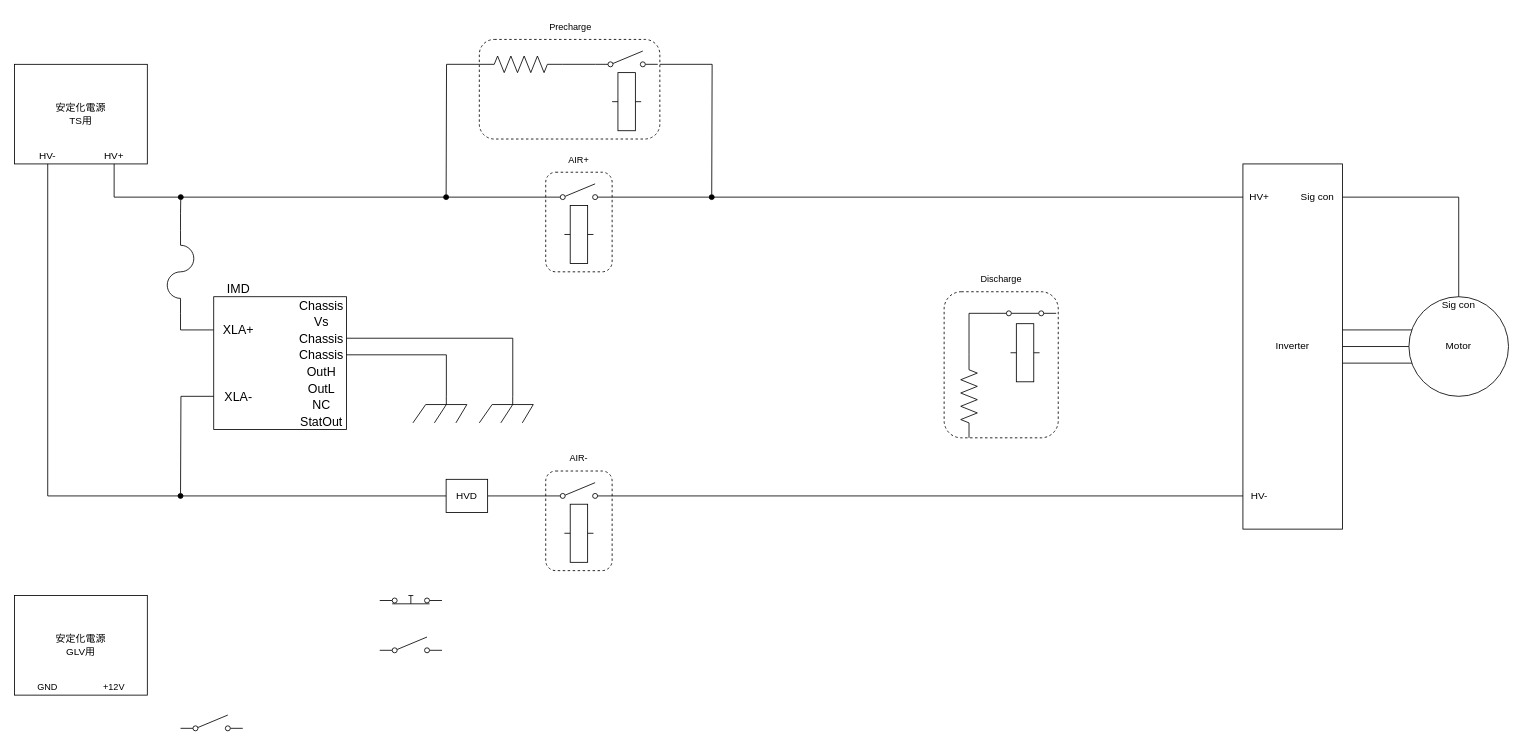
Before: page "InverterTestCircuit" (6 of 6) of EVCircuit.drawio in ST04-tkmr/drawio_Schematics, a draw.io diagram. Source tidied: cells renumbered, new cells numbered last; positions are measured from the earlier drawing's top-left corner, leaving out a move shared by most shapes. Both pictures are drawn from the tidied source at 83%, with x=0, y=0 at pixel (14, 14).
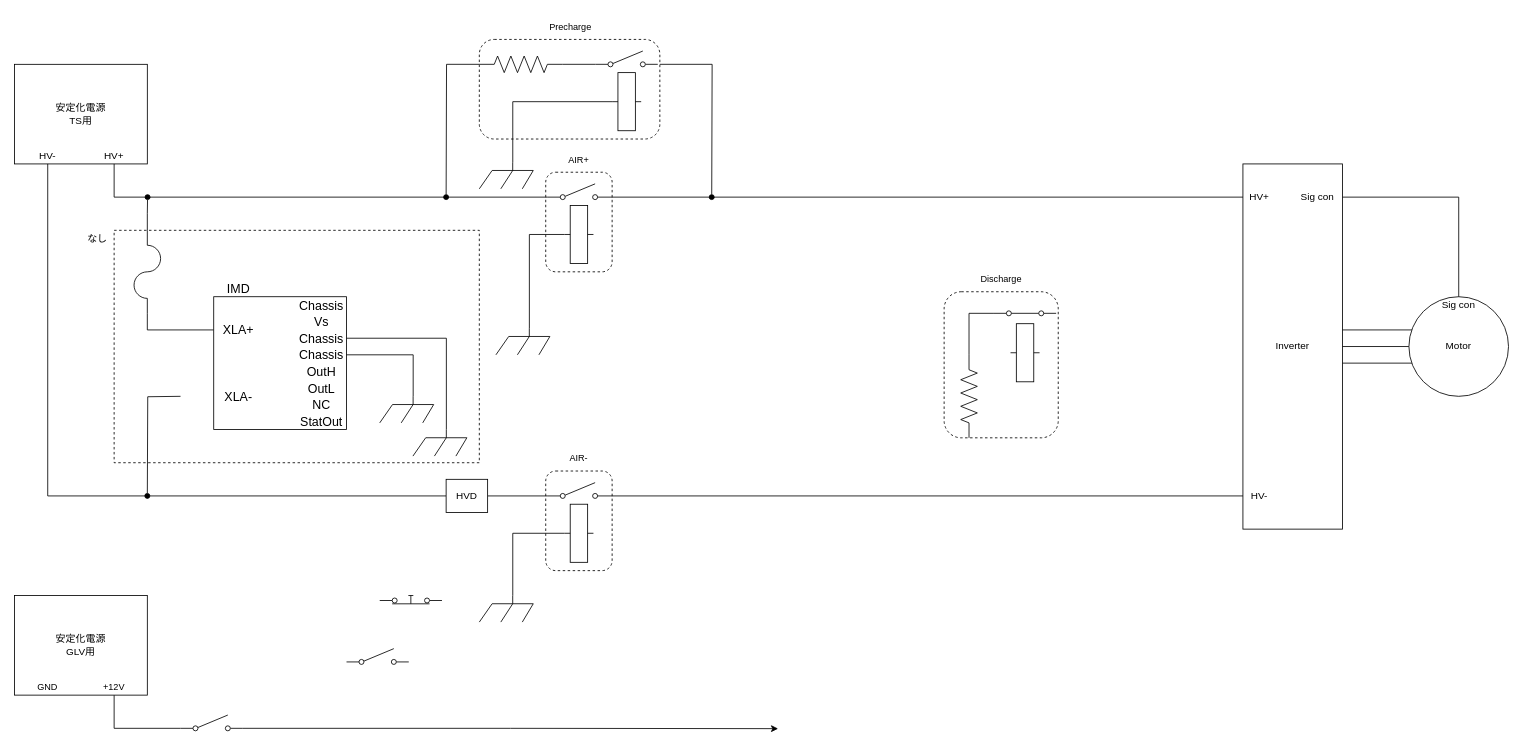
After the change.

Unchanged cells that the change refers to:
```xml
<mxCell id="20" style="verticalLabelPosition=bottom;shadow=0;dashed=0;align=center;html=1;verticalAlign=top;shape=mxgraph.electrical.electro-mechanical.relay_coil;direction=south;" parent="17" vertex="1">
  <mxGeometry x="22.5" y="70" width="35" height="70" as="geometry" />
</mxCell>
<mxCell id="27" value="安定化電源&lt;br&gt;GLV用" style="rounded=0;whiteSpace=wrap;html=1;" parent="1" vertex="1">
  <mxGeometry y="700" width="160" height="120" as="geometry" />
</mxCell>
<mxCell id="31" style="verticalLabelPosition=bottom;shadow=0;dashed=0;align=center;html=1;verticalAlign=top;shape=mxgraph.electrical.electro-mechanical.relay_coil;direction=south;" parent="28" vertex="1">
  <mxGeometry x="22.5" y="70" width="35" height="70" as="geometry" />
</mxCell>
<mxCell id="38" style="verticalLabelPosition=bottom;shadow=0;dashed=0;align=center;html=1;verticalAlign=top;shape=mxgraph.electrical.electro-mechanical.relay_coil;direction=south;" parent="33" vertex="1">
  <mxGeometry x="160" y="70" width="35" height="70" as="geometry" />
</mxCell>
<mxCell id="49" style="group;" parent="1" vertex="1">
  <mxGeometry x="240" y="320" width="160" height="180" as="geometry" />
</mxCell>
<mxCell id="53" value="XLA-" style="text;strokeColor=none;align=center;fillColor=none;html=1;verticalAlign=middle;whiteSpace=wrap;rounded=0;fontSize=15;fontFamily=Helvetica;fontColor=default;" parent="49" vertex="1">
  <mxGeometry y="130" width="60" height="20" as="geometry" />
</mxCell>
<mxCell id="57" value="Chassis" style="text;strokeColor=none;align=center;fillColor=none;html=1;verticalAlign=middle;whiteSpace=wrap;rounded=0;fontSize=15;fontFamily=Helvetica;fontColor=default;" parent="49" vertex="1">
  <mxGeometry x="100" y="60" width="60" height="20" as="geometry" />
</mxCell>
<mxCell id="58" value="Chassis" style="text;strokeColor=none;align=center;fillColor=none;html=1;verticalAlign=middle;whiteSpace=wrap;rounded=0;fontSize=15;fontFamily=Helvetica;fontColor=default;" parent="49" vertex="1">
  <mxGeometry x="100" y="80" width="60" height="20" as="geometry" />
</mxCell>
<mxCell id="72" style="html=1;shape=mxgraph.electrical.electro-mechanical.singleSwitch;elSwitchState=off;" parent="1" vertex="1">
  <mxGeometry x="200" y="844" width="75" height="20" as="geometry" />
</mxCell>
```

Change to the diagram source:
```diff
@@
+    <mxCell id="74" style="rounded=0;whiteSpace=wrap;html=1;dashed=1;fillColor=none;" parent="1" vertex="1">
+      <mxGeometry x="120" y="260" width="440" height="280" as="geometry" />
+    </mxCell>
@@
     <mxCell id="25" style="edgeStyle=orthogonalEdgeStyle;shape=connector;rounded=0;jettySize=auto;html=1;exitX=0;exitY=0.5;exitDx=0;exitDy=0;exitPerimeter=0;labelBackgroundColor=default;strokeColor=default;fontFamily=Helvetica;fontSize=11;fontColor=default;endArrow=oval;endFill=1;" parent="1" edge="1" source="26">
       <mxGeometry relative="1" as="geometry">
-        <mxPoint x="200.3" y="220" as="targetPoint" />
+        <mxPoint x="160.3" y="220" as="targetPoint" />
       </mxGeometry>
     </mxCell>
     <mxCell id="26" style="verticalLabelPosition=bottom;shadow=0;dashed=0;align=center;html=1;verticalAlign=top;shape=mxgraph.electrical.miscellaneous.fuse_4;direction=south;" parent="1" vertex="1">
-      <mxGeometry x="184" y="260" width="32" height="100" as="geometry" />
+      <mxGeometry x="144" y="260" width="32" height="100" as="geometry" />
     </mxCell>
+    <mxCell id="75" style="edgeStyle=orthogonalEdgeStyle;rounded=0;jettySize=auto;html=1;exitX=0.75;exitY=1;exitDx=0;exitDy=0;entryX=0;entryY=0.8;entryDx=0;entryDy=0;endArrow=none;endFill=0;" parent="1" edge="1" source="27" target="72">
+      <mxGeometry relative="1" as="geometry" />
+    </mxCell>
@@
-    <mxCell id="52" style="edgeStyle=orthogonalEdgeStyle;shape=connector;rounded=0;jettySize=auto;html=1;exitX=0;exitY=0.5;exitDx=0;exitDy=0;labelBackgroundColor=default;strokeColor=default;fontFamily=Helvetica;fontSize=11;fontColor=default;endArrow=oval;endFill=1;" parent="49" edge="1" source="53">
+    <mxCell id="52" style="edgeStyle=orthogonalEdgeStyle;shape=connector;rounded=0;orthogonalLoop=1;jettySize=auto;html=1;exitX=0;exitY=0.5;exitDx=0;exitDy=0;labelBackgroundColor=default;strokeColor=default;fontFamily=Helvetica;fontSize=11;fontColor=default;endArrow=oval;endFill=1;" parent="49" edge="1">
       <mxGeometry relative="1" as="geometry">
-        <mxPoint x="-40" y="260" as="targetPoint" />
+        <mxPoint x="-40" y="140" as="sourcePoint" />
+        <mxPoint x="-80" y="260" as="targetPoint" />
       </mxGeometry>
     </mxCell>
@@
     <mxCell id="67" style="verticalLabelPosition=bottom;shadow=0;dashed=0;align=center;html=1;verticalAlign=top;shape=mxgraph.electrical.miscellaneous.chassis;fontFamily=Helvetica;fontSize=11;fontColor=default;" parent="1" vertex="1">
-      <mxGeometry x="560" y="460" width="65" height="32" as="geometry" />
+      <mxGeometry x="480" y="500" width="65" height="32" as="geometry" />
     </mxCell>
     <mxCell id="68" style="verticalLabelPosition=bottom;shadow=0;dashed=0;align=center;html=1;verticalAlign=top;shape=mxgraph.electrical.miscellaneous.chassis;fontFamily=Helvetica;fontSize=11;fontColor=default;" parent="1" vertex="1">
-      <mxGeometry x="480" y="460" width="65" height="32" as="geometry" />
+      <mxGeometry x="440" y="460" width="65" height="32" as="geometry" />
     </mxCell>
     <mxCell id="69" style="edgeStyle=orthogonalEdgeStyle;shape=connector;rounded=0;jettySize=auto;html=1;exitX=1;exitY=0.5;exitDx=0;exitDy=0;entryX=0.62;entryY=0;entryDx=0;entryDy=0;entryPerimeter=0;labelBackgroundColor=default;strokeColor=default;fontFamily=Helvetica;fontSize=11;fontColor=default;endArrow=none;endFill=0;" parent="1" edge="1" source="57" target="67">
-      <mxGeometry relative="1" as="geometry" />
+      <mxGeometry relative="1" as="geometry">
+        <Array as="points">
+          <mxPoint x="520" y="390" />
+          <mxPoint x="520" y="500" />
+        </Array>
+      </mxGeometry>
     </mxCell>
     <mxCell id="70" style="edgeStyle=orthogonalEdgeStyle;shape=connector;rounded=0;jettySize=auto;html=1;exitX=1;exitY=0.5;exitDx=0;exitDy=0;entryX=0.62;entryY=0;entryDx=0;entryDy=0;entryPerimeter=0;labelBackgroundColor=default;strokeColor=default;fontFamily=Helvetica;fontSize=11;fontColor=default;endArrow=none;endFill=0;" parent="1" edge="1" source="58" target="68">
-      <mxGeometry relative="1" as="geometry" />
+      <mxGeometry relative="1" as="geometry">
+        <Array as="points">
+          <mxPoint x="480" y="410" />
+          <mxPoint x="480" y="460" />
+        </Array>
+      </mxGeometry>
     </mxCell>
@@
+    <mxCell id="76" style="edgeStyle=orthogonalEdgeStyle;rounded=0;jettySize=auto;html=1;exitX=1;exitY=0.8;exitDx=0;exitDy=0;" parent="1" edge="1" source="72">
+      <mxGeometry relative="1" as="geometry">
+        <mxPoint x="920" y="860.4" as="targetPoint" />
+      </mxGeometry>
+    </mxCell>
@@
     <mxCell id="73" style="html=1;shape=mxgraph.electrical.electro-mechanical.singleSwitch;elSwitchState=off;" parent="1" vertex="1">
-      <mxGeometry x="440" y="750" width="75" height="20" as="geometry" />
+      <mxGeometry x="400" y="764" width="75" height="20" as="geometry" />
     </mxCell>
+    <mxCell id="77" value="なし" style="text;strokeColor=none;align=center;fillColor=none;html=1;verticalAlign=middle;whiteSpace=wrap;rounded=0;" parent="1" vertex="1">
+      <mxGeometry x="80" y="260" width="40" height="20" as="geometry" />
+    </mxCell>
+    <mxCell id="78" style="verticalLabelPosition=bottom;shadow=0;dashed=0;align=center;html=1;verticalAlign=top;shape=mxgraph.electrical.miscellaneous.chassis;fontFamily=Helvetica;fontSize=11;fontColor=default;" parent="1" vertex="1">
+      <mxGeometry x="580" y="378" width="65" height="32" as="geometry" />
+    </mxCell>
+    <mxCell id="79" style="edgeStyle=orthogonalEdgeStyle;rounded=0;jettySize=auto;html=1;exitX=0.5;exitY=1;exitDx=0;exitDy=0;exitPerimeter=0;entryX=0.62;entryY=0;entryDx=0;entryDy=0;entryPerimeter=0;endArrow=none;endFill=0;" parent="1" edge="1" source="31" target="78">
+      <mxGeometry relative="1" as="geometry" />
+    </mxCell>
+    <mxCell id="80" style="verticalLabelPosition=bottom;shadow=0;dashed=0;align=center;html=1;verticalAlign=top;shape=mxgraph.electrical.miscellaneous.chassis;fontFamily=Helvetica;fontSize=11;fontColor=default;" parent="1" vertex="1">
+      <mxGeometry x="560" y="700" width="65" height="32" as="geometry" />
+    </mxCell>
+    <mxCell id="81" style="edgeStyle=orthogonalEdgeStyle;rounded=0;jettySize=auto;html=1;exitX=0.5;exitY=1;exitDx=0;exitDy=0;exitPerimeter=0;entryX=0.62;entryY=0;entryDx=0;entryDy=0;entryPerimeter=0;endArrow=none;endFill=0;" parent="1" edge="1" source="20" target="80">
+      <mxGeometry relative="1" as="geometry" />
+    </mxCell>
+    <mxCell id="82" style="verticalLabelPosition=bottom;shadow=0;dashed=0;align=center;html=1;verticalAlign=top;shape=mxgraph.electrical.miscellaneous.chassis;fontFamily=Helvetica;fontSize=11;fontColor=default;" parent="1" vertex="1">
+      <mxGeometry x="560" y="178" width="65" height="32" as="geometry" />
+    </mxCell>
+    <mxCell id="83" style="edgeStyle=orthogonalEdgeStyle;rounded=0;jettySize=auto;html=1;exitX=0.5;exitY=1;exitDx=0;exitDy=0;exitPerimeter=0;entryX=0.62;entryY=0;entryDx=0;entryDy=0;entryPerimeter=0;endArrow=none;endFill=0;" parent="1" edge="1" source="38" target="82">
+      <mxGeometry relative="1" as="geometry" />
+    </mxCell>
```
